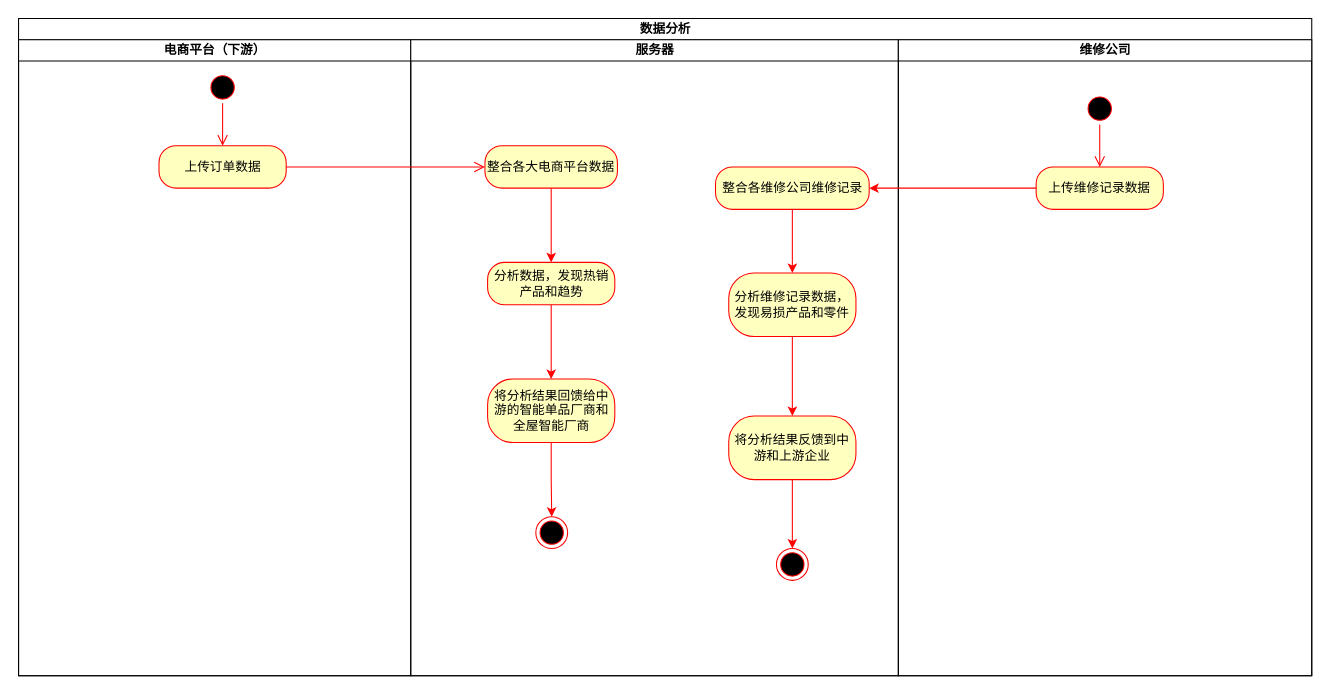
This is page "数据分析" (5 of 9) of 毕设/活动图.drawio from 2919282119/charts, a draw.io file, before an edit. Source tidied: cells renumbered, new cells numbered last; positions are measured from the earlier drawing's top-left corner, leaving out a move shared by most shapes. Both pictures are drawn from the tidied source at 106%, with x=0, y=0 at pixel (18, 18).
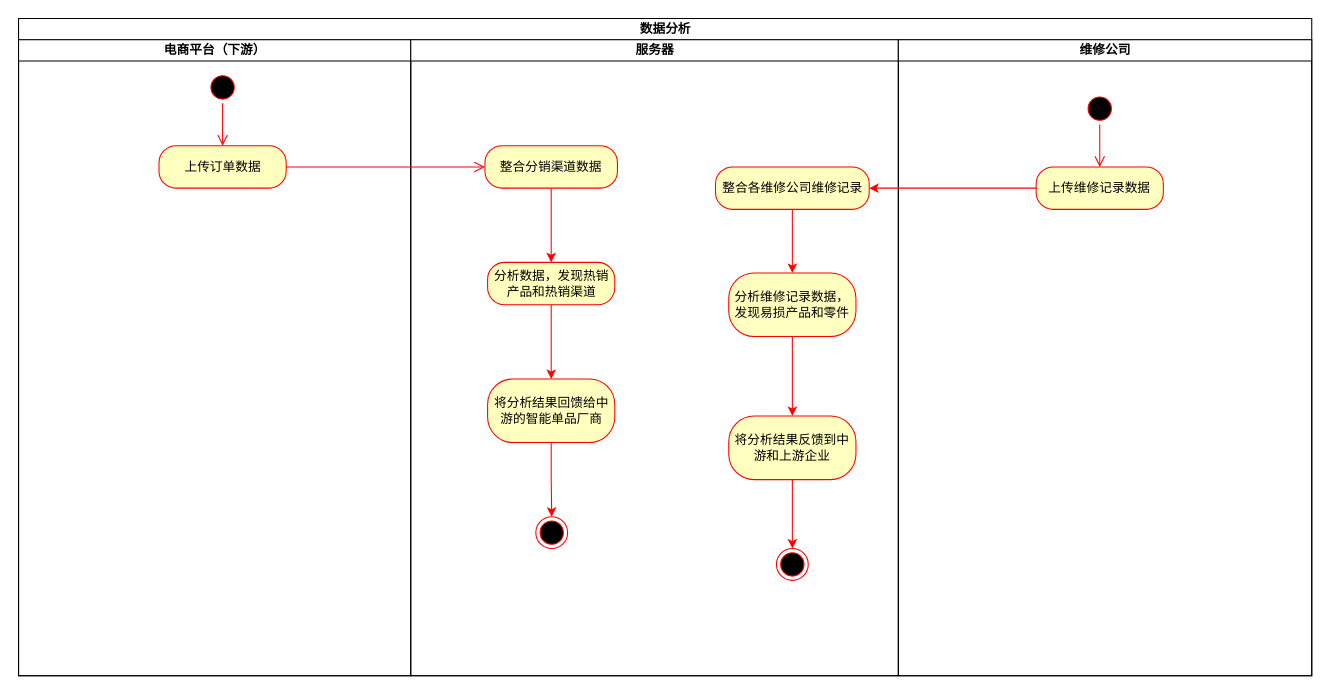
Above is the later version.

The change refers to these unchanged cells:
```xml
<mxCell id="7" value="服务器" style="swimlane;startSize=20;html=1;" parent="2" vertex="1">
  <mxGeometry x="370" y="20" width="460" height="600" as="geometry" />
</mxCell>
```

Change to the diagram source:
```diff
@@
-    <mxCell id="9" value="整合各大电商平台数据" style="rounded=1;whiteSpace=wrap;html=1;arcSize=40;fontColor=#000000;fillColor=#ffffc0;strokeColor=#ff0000;" parent="7" vertex="1">
+    <mxCell id="9" value="整合分销渠道数据" style="rounded=1;whiteSpace=wrap;html=1;arcSize=40;fontColor=#000000;fillColor=#ffffc0;strokeColor=#ff0000;" parent="7" vertex="1">
       <mxGeometry x="70" y="100" width="125" height="40" as="geometry" />
     </mxCell>
@@
-    <mxCell id="17" value="分析数据，发现热销产品和趋势" style="whiteSpace=wrap;html=1;fillColor=#ffffc0;strokeColor=#ff0000;fontColor=#000000;rounded=1;arcSize=40;" parent="7" vertex="1">
+    <mxCell id="17" value="分析数据，发现热销产品和热销渠道" style="whiteSpace=wrap;html=1;fillColor=#ffffc0;strokeColor=#ff0000;fontColor=#000000;rounded=1;arcSize=40;" parent="7" vertex="1">
       <mxGeometry x="72.5" y="210" width="120" height="40" as="geometry" />
     </mxCell>
@@
-    <mxCell id="19" value="将分析结果回馈给中游的智能单品厂商和全屋智能厂商" style="whiteSpace=wrap;html=1;fillColor=#ffffc0;strokeColor=#ff0000;fontColor=#000000;rounded=1;arcSize=40;" parent="7" vertex="1">
+    <mxCell id="19" value="将分析结果回馈给中游的智能单品厂商" style="whiteSpace=wrap;html=1;fillColor=#ffffc0;strokeColor=#ff0000;fontColor=#000000;rounded=1;arcSize=40;" parent="7" vertex="1">
       <mxGeometry x="72.5" y="320" width="120" height="60" as="geometry" />
     </mxCell>
```
